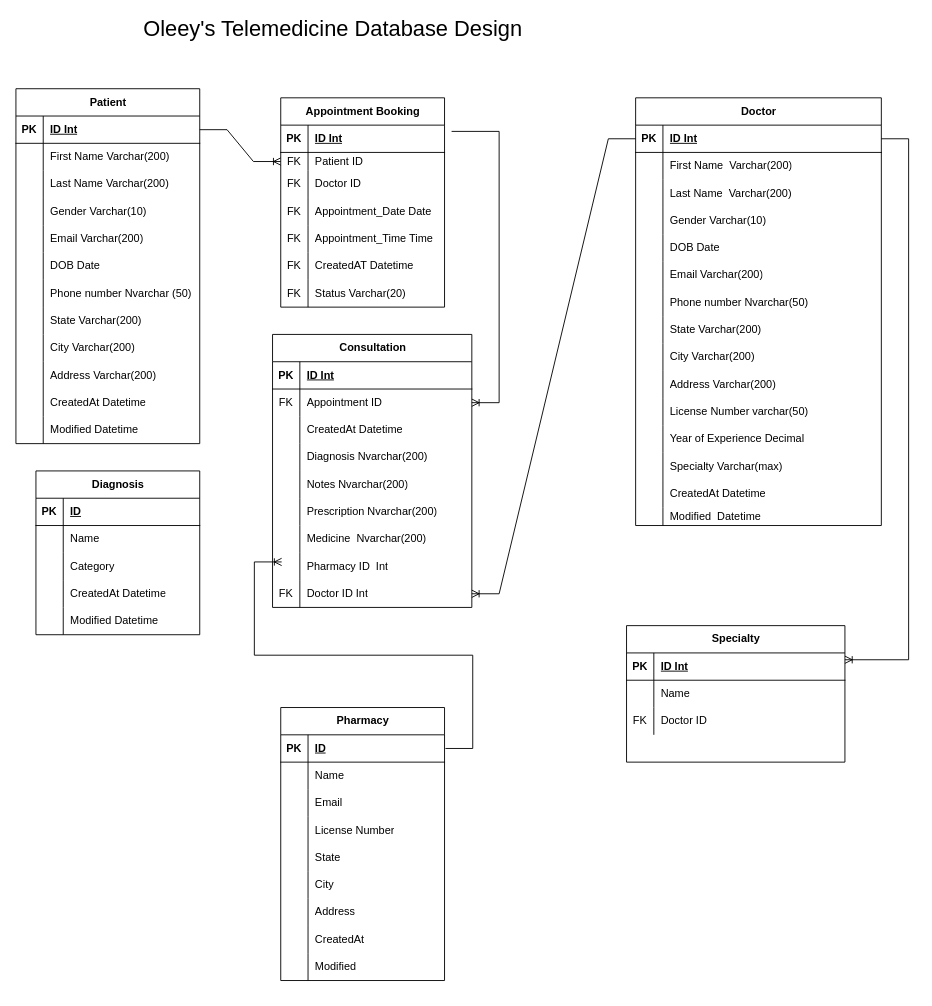
The draw.io diagram Telemedicine Db.drawio in Mzbeth02/Db_Design, before the edit. Source tidied: cells renumbered, new cells numbered last; positions are measured from the earlier drawing's top-left corner, leaving out a move shared by most shapes. Both pictures are drawn from the tidied source at 91%, with x=0, y=0 at pixel (15, 15).
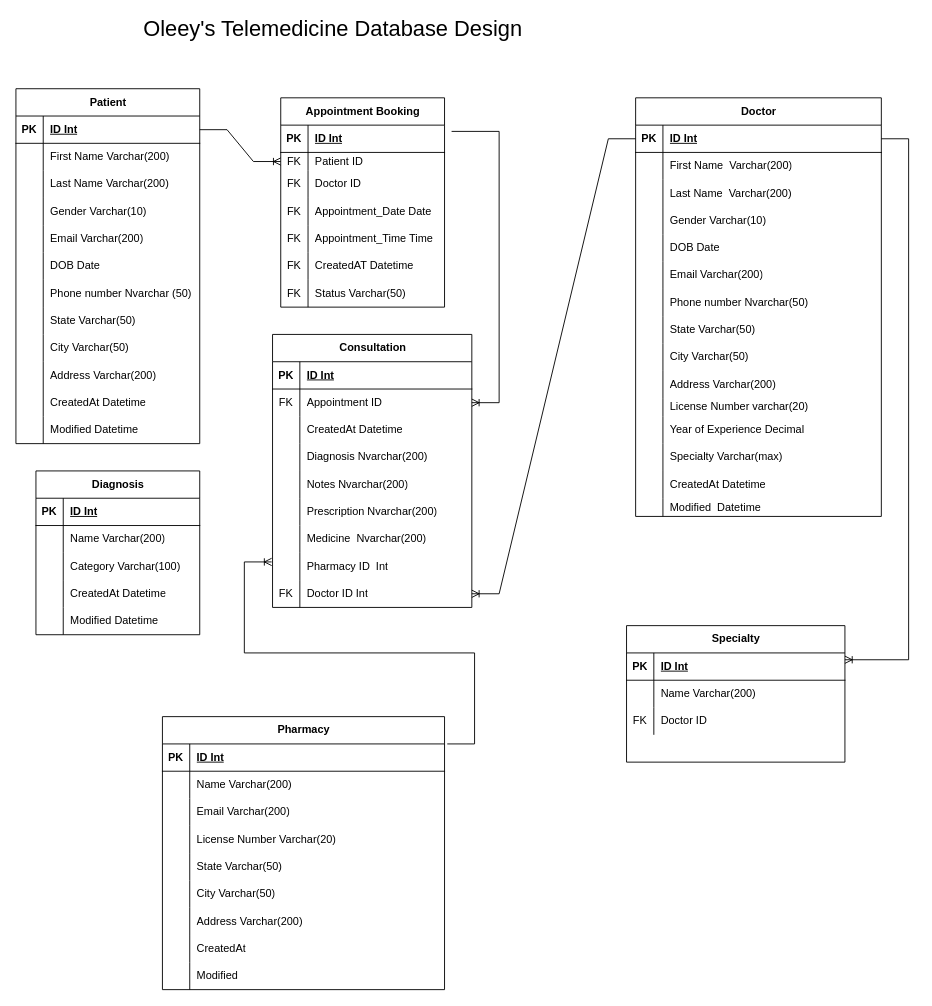
The same page after the edit.

Unchanged cells that the change refers to:
```xml
<mxCell id="24" style="shape=tableRow;horizontal=0;startSize=0;swimlaneHead=0;swimlaneBody=0;fillColor=none;top=0;left=0;right=0;bottom=0;" parent="2" vertex="1">
  <mxGeometry y="240" width="270" height="30" as="geometry" />
</mxCell>
<mxCell id="27" style="shape=tableRow;horizontal=0;startSize=0;swimlaneHead=0;swimlaneBody=0;fillColor=none;top=0;left=0;right=0;bottom=0;" parent="2" vertex="1">
  <mxGeometry y="270" width="270" height="30" as="geometry" />
</mxCell>
<mxCell id="68" style="shape=tableRow;horizontal=0;startSize=0;swimlaneHead=0;swimlaneBody=0;fillColor=none;top=0;left=0;right=0;bottom=0;" parent="49" vertex="1">
  <mxGeometry y="200" width="180" height="30" as="geometry" />
</mxCell>
<mxCell id="93" style="shape=tableRow;horizontal=0;startSize=0;swimlaneHead=0;swimlaneBody=0;fillColor=none;top=0;left=0;right=0;bottom=0;" parent="71" vertex="1">
  <mxGeometry y="240" width="202" height="30" as="geometry" />
</mxCell>
<mxCell id="96" style="shape=tableRow;horizontal=0;startSize=0;swimlaneHead=0;swimlaneBody=0;fillColor=none;top=0;left=0;right=0;bottom=0;" parent="71" vertex="1">
  <mxGeometry y="270" width="202" height="30" as="geometry" />
</mxCell>
<mxCell id="109" style="shape=tableRow;horizontal=0;startSize=0;swimlaneHead=0;swimlaneBody=0;fillColor=none;top=0;left=0;right=0;bottom=1;" parent="108" vertex="1">
  <mxGeometry y="30" width="180" height="30" as="geometry" />
</mxCell>
<mxCell id="112" style="shape=tableRow;horizontal=0;startSize=0;swimlaneHead=0;swimlaneBody=0;fillColor=none;top=0;left=0;right=0;bottom=0;" parent="108" vertex="1">
  <mxGeometry y="60" width="180" height="30" as="geometry" />
</mxCell>
<mxCell id="115" style="shape=tableRow;horizontal=0;startSize=0;swimlaneHead=0;swimlaneBody=0;fillColor=none;top=0;left=0;right=0;bottom=0;" parent="108" vertex="1">
  <mxGeometry y="90" width="180" height="30" as="geometry" />
</mxCell>
<mxCell id="128" style="shape=tableRow;horizontal=0;startSize=0;swimlaneHead=0;swimlaneBody=0;fillColor=none;top=0;left=0;right=0;bottom=0;" parent="124" vertex="1">
  <mxGeometry y="60" width="240" height="30" as="geometry" />
</mxCell>
```

The edit, as a diff of the source:
```diff
@@
     <mxCell id="2" value="Doctor" style="shape=table;startSize=30;childLayout=tableLayout;rowLines=0;fontStyle=1;align=center;html=1;" parent="1" vertex="1">
-      <mxGeometry x="681" y="90" width="270" height="470" as="geometry" />
+      <mxGeometry x="681" y="90" width="270" height="460" as="geometry" />
     </mxCell>
@@
-    <mxCell id="26" value="State Varchar(200)" style="shape=partialRectangle;fillColor=none;top=0;left=0;bottom=0;right=0;align=left;spacingLeft=6;overflow=hidden;whiteSpace=wrap;html=1;" parent="24" vertex="1">
+    <mxCell id="26" value="State Varchar(50)" style="shape=partialRectangle;fillColor=none;top=0;left=0;bottom=0;right=0;align=left;spacingLeft=6;overflow=hidden;whiteSpace=wrap;html=1;" parent="24" vertex="1">
       <mxGeometry x="30" width="240" height="30" as="geometry" />
     </mxCell>
@@
-    <mxCell id="29" value="City Varchar(200)" style="shape=partialRectangle;fillColor=none;top=0;left=0;bottom=0;right=0;align=left;spacingLeft=6;overflow=hidden;whiteSpace=wrap;html=1;" parent="27" vertex="1">
+    <mxCell id="29" value="City Varchar(50)" style="shape=partialRectangle;fillColor=none;top=0;left=0;bottom=0;right=0;align=left;spacingLeft=6;overflow=hidden;whiteSpace=wrap;html=1;" parent="27" vertex="1">
       <mxGeometry x="30" width="240" height="30" as="geometry" />
     </mxCell>
@@
     <mxCell id="33" style="shape=tableRow;horizontal=0;startSize=0;swimlaneHead=0;swimlaneBody=0;fillColor=none;top=0;left=0;right=0;bottom=0;" parent="2" vertex="1">
-      <mxGeometry y="330" width="270" height="30" as="geometry" />
+      <mxGeometry y="330" width="270" height="20" as="geometry" />
     </mxCell>
     <mxCell id="34" style="shape=partialRectangle;fillColor=none;top=0;left=0;bottom=0;right=0;overflow=hidden;whiteSpace=wrap;html=1;" parent="33" vertex="1">
-      <mxGeometry width="30" height="30" as="geometry" />
+      <mxGeometry width="30" height="20" as="geometry" />
     </mxCell>
-    <mxCell id="35" value="License Number varchar(50)" style="shape=partialRectangle;fillColor=none;top=0;left=0;bottom=0;right=0;align=left;spacingLeft=6;overflow=hidden;whiteSpace=wrap;html=1;" parent="33" vertex="1">
-      <mxGeometry x="30" width="240" height="30" as="geometry" />
+    <mxCell id="35" value="License Number varchar(20)" style="shape=partialRectangle;fillColor=none;top=0;left=0;bottom=0;right=0;align=left;spacingLeft=6;overflow=hidden;whiteSpace=wrap;html=1;" parent="33" vertex="1">
+      <mxGeometry x="30" width="240" height="20" as="geometry" />
     </mxCell>
     <mxCell id="36" style="shape=tableRow;horizontal=0;startSize=0;swimlaneHead=0;swimlaneBody=0;fillColor=none;top=0;left=0;right=0;bottom=0;" parent="2" vertex="1">
-      <mxGeometry y="360" width="270" height="30" as="geometry" />
+      <mxGeometry y="350" width="270" height="30" as="geometry" />
     </mxCell>
@@
     <mxCell id="39" style="shape=tableRow;horizontal=0;startSize=0;swimlaneHead=0;swimlaneBody=0;fillColor=none;top=0;left=0;right=0;bottom=0;" parent="2" vertex="1">
-      <mxGeometry y="390" width="270" height="30" as="geometry" />
+      <mxGeometry y="380" width="270" height="30" as="geometry" />
     </mxCell>
@@
     <mxCell id="42" style="shape=tableRow;horizontal=0;startSize=0;swimlaneHead=0;swimlaneBody=0;fillColor=none;top=0;left=0;right=0;bottom=0;" parent="2" vertex="1">
-      <mxGeometry y="420" width="270" height="30" as="geometry" />
+      <mxGeometry y="410" width="270" height="30" as="geometry" />
     </mxCell>
@@
     <mxCell id="45" style="shape=tableRow;horizontal=0;startSize=0;swimlaneHead=0;swimlaneBody=0;fillColor=none;top=0;left=0;right=0;bottom=0;" parent="2" vertex="1">
-      <mxGeometry y="450" width="270" height="20" as="geometry" />
+      <mxGeometry y="440" width="270" height="20" as="geometry" />
     </mxCell>
@@
-    <mxCell id="70" value="Status Varchar(20)" style="shape=partialRectangle;fillColor=none;top=0;left=0;bottom=0;right=0;align=left;spacingLeft=6;overflow=hidden;whiteSpace=wrap;html=1;" parent="68" vertex="1">
+    <mxCell id="70" value="Status Varchar(50)" style="shape=partialRectangle;fillColor=none;top=0;left=0;bottom=0;right=0;align=left;spacingLeft=6;overflow=hidden;whiteSpace=wrap;html=1;" parent="68" vertex="1">
       <mxGeometry x="30" width="150" height="30" as="geometry" />
     </mxCell>
@@
-    <mxCell id="95" value="State Varchar(200)" style="shape=partialRectangle;fillColor=none;top=0;left=0;bottom=0;right=0;align=left;spacingLeft=6;overflow=hidden;whiteSpace=wrap;html=1;" parent="93" vertex="1">
+    <mxCell id="95" value="State Varchar(50)" style="shape=partialRectangle;fillColor=none;top=0;left=0;bottom=0;right=0;align=left;spacingLeft=6;overflow=hidden;whiteSpace=wrap;html=1;" parent="93" vertex="1">
       <mxGeometry x="30" width="172" height="30" as="geometry" />
     </mxCell>
@@
-    <mxCell id="98" value="City Varchar(200)" style="shape=partialRectangle;fillColor=none;top=0;left=0;bottom=0;right=0;align=left;spacingLeft=6;overflow=hidden;whiteSpace=wrap;html=1;" parent="96" vertex="1">
+    <mxCell id="98" value="City Varchar(50)" style="shape=partialRectangle;fillColor=none;top=0;left=0;bottom=0;right=0;align=left;spacingLeft=6;overflow=hidden;whiteSpace=wrap;html=1;" parent="96" vertex="1">
       <mxGeometry x="30" width="172" height="30" as="geometry" />
     </mxCell>
@@
-    <mxCell id="111" value="ID" style="shape=partialRectangle;fillColor=none;top=0;left=0;bottom=0;right=0;align=left;spacingLeft=6;fontStyle=5;overflow=hidden;whiteSpace=wrap;html=1;" parent="109" vertex="1">
+    <mxCell id="111" value="ID Int" style="shape=partialRectangle;fillColor=none;top=0;left=0;bottom=0;right=0;align=left;spacingLeft=6;fontStyle=5;overflow=hidden;whiteSpace=wrap;html=1;" parent="109" vertex="1">
       <mxGeometry x="30" width="150" height="30" as="geometry" />
     </mxCell>
@@
-    <mxCell id="114" value="Name" style="shape=partialRectangle;fillColor=none;top=0;left=0;bottom=0;right=0;align=left;spacingLeft=6;overflow=hidden;whiteSpace=wrap;html=1;" parent="112" vertex="1">
+    <mxCell id="114" value="Name Varchar(200)" style="shape=partialRectangle;fillColor=none;top=0;left=0;bottom=0;right=0;align=left;spacingLeft=6;overflow=hidden;whiteSpace=wrap;html=1;" parent="112" vertex="1">
       <mxGeometry x="30" width="150" height="30" as="geometry" />
     </mxCell>
@@
-    <mxCell id="117" value="Category" style="shape=partialRectangle;fillColor=none;top=0;left=0;bottom=0;right=0;align=left;spacingLeft=6;overflow=hidden;whiteSpace=wrap;html=1;" parent="115" vertex="1">
+    <mxCell id="117" value="Category Varchar(100)" style="shape=partialRectangle;fillColor=none;top=0;left=0;bottom=0;right=0;align=left;spacingLeft=6;overflow=hidden;whiteSpace=wrap;html=1;" parent="115" vertex="1">
       <mxGeometry x="30" width="150" height="30" as="geometry" />
     </mxCell>
@@
-    <mxCell id="130" value="Name" style="shape=partialRectangle;fillColor=none;top=0;left=0;bottom=0;right=0;align=left;spacingLeft=6;overflow=hidden;whiteSpace=wrap;html=1;" parent="128" vertex="1">
+    <mxCell id="130" value="Name Varchar(200)" style="shape=partialRectangle;fillColor=none;top=0;left=0;bottom=0;right=0;align=left;spacingLeft=6;overflow=hidden;whiteSpace=wrap;html=1;" parent="128" vertex="1">
       <mxGeometry x="30" width="210" height="30" as="geometry" />
     </mxCell>
@@
     <mxCell id="166" value="Pharmacy" style="shape=table;startSize=30;childLayout=tableLayout;rowLines=0;fontStyle=1;align=center;html=1;" parent="1" vertex="1">
-      <mxGeometry x="291" y="760" width="180" height="300" as="geometry" />
+      <mxGeometry x="161" y="770" width="310" height="300" as="geometry" />
     </mxCell>
     <mxCell id="167" style="shape=tableRow;horizontal=0;startSize=0;swimlaneHead=0;swimlaneBody=0;fillColor=none;top=0;left=0;right=0;bottom=1;" parent="166" vertex="1">
-      <mxGeometry y="30" width="180" height="30" as="geometry" />
+      <mxGeometry y="30" width="310" height="30" as="geometry" />
     </mxCell>
@@
-    <mxCell id="169" value="ID" style="shape=partialRectangle;fillColor=none;top=0;left=0;bottom=0;right=0;align=left;spacingLeft=6;fontStyle=5;overflow=hidden;whiteSpace=wrap;html=1;" parent="167" vertex="1">
-      <mxGeometry x="30" width="150" height="30" as="geometry" />
+    <mxCell id="169" value="ID Int" style="shape=partialRectangle;fillColor=none;top=0;left=0;bottom=0;right=0;align=left;spacingLeft=6;fontStyle=5;overflow=hidden;whiteSpace=wrap;html=1;" parent="167" vertex="1">
+      <mxGeometry x="30" width="280" height="30" as="geometry" />
     </mxCell>
     <mxCell id="170" style="shape=tableRow;horizontal=0;startSize=0;swimlaneHead=0;swimlaneBody=0;fillColor=none;top=0;left=0;right=0;bottom=0;" parent="166" vertex="1">
-      <mxGeometry y="60" width="180" height="30" as="geometry" />
+      <mxGeometry y="60" width="310" height="30" as="geometry" />
     </mxCell>
@@
-    <mxCell id="172" value="Name" style="shape=partialRectangle;fillColor=none;top=0;left=0;bottom=0;right=0;align=left;spacingLeft=6;overflow=hidden;whiteSpace=wrap;html=1;" parent="170" vertex="1">
-      <mxGeometry x="30" width="150" height="30" as="geometry" />
+    <mxCell id="172" value="Name Varchar(200)" style="shape=partialRectangle;fillColor=none;top=0;left=0;bottom=0;right=0;align=left;spacingLeft=6;overflow=hidden;whiteSpace=wrap;html=1;" parent="170" vertex="1">
+      <mxGeometry x="30" width="280" height="30" as="geometry" />
     </mxCell>
     <mxCell id="173" style="shape=tableRow;horizontal=0;startSize=0;swimlaneHead=0;swimlaneBody=0;fillColor=none;top=0;left=0;right=0;bottom=0;" parent="166" vertex="1">
-      <mxGeometry y="90" width="180" height="30" as="geometry" />
+      <mxGeometry y="90" width="310" height="30" as="geometry" />
     </mxCell>
@@
-    <mxCell id="175" value="Email" style="shape=partialRectangle;fillColor=none;top=0;left=0;bottom=0;right=0;align=left;spacingLeft=6;overflow=hidden;whiteSpace=wrap;html=1;" parent="173" vertex="1">
-      <mxGeometry x="30" width="150" height="30" as="geometry" />
+    <mxCell id="175" value="Email Varchar(200)" style="shape=partialRectangle;fillColor=none;top=0;left=0;bottom=0;right=0;align=left;spacingLeft=6;overflow=hidden;whiteSpace=wrap;html=1;" parent="173" vertex="1">
+      <mxGeometry x="30" width="280" height="30" as="geometry" />
     </mxCell>
     <mxCell id="176" style="shape=tableRow;horizontal=0;startSize=0;swimlaneHead=0;swimlaneBody=0;fillColor=none;top=0;left=0;right=0;bottom=0;" parent="166" vertex="1">
-      <mxGeometry y="120" width="180" height="30" as="geometry" />
+      <mxGeometry y="120" width="310" height="30" as="geometry" />
     </mxCell>
@@
-    <mxCell id="178" value="License Number" style="shape=partialRectangle;fillColor=none;top=0;left=0;bottom=0;right=0;align=left;spacingLeft=6;overflow=hidden;whiteSpace=wrap;html=1;" parent="176" vertex="1">
-      <mxGeometry x="30" width="150" height="30" as="geometry" />
+    <mxCell id="178" value="License Number Varchar(20)" style="shape=partialRectangle;fillColor=none;top=0;left=0;bottom=0;right=0;align=left;spacingLeft=6;overflow=hidden;whiteSpace=wrap;html=1;" parent="176" vertex="1">
+      <mxGeometry x="30" width="280" height="30" as="geometry" />
     </mxCell>
     <mxCell id="179" style="shape=tableRow;horizontal=0;startSize=0;swimlaneHead=0;swimlaneBody=0;fillColor=none;top=0;left=0;right=0;bottom=0;" parent="166" vertex="1">
-      <mxGeometry y="150" width="180" height="30" as="geometry" />
+      <mxGeometry y="150" width="310" height="30" as="geometry" />
     </mxCell>
@@
-    <mxCell id="181" value="State" style="shape=partialRectangle;fillColor=none;top=0;left=0;bottom=0;right=0;align=left;spacingLeft=6;overflow=hidden;whiteSpace=wrap;html=1;" parent="179" vertex="1">
-      <mxGeometry x="30" width="150" height="30" as="geometry" />
+    <mxCell id="181" value="State Varchar(50)" style="shape=partialRectangle;fillColor=none;top=0;left=0;bottom=0;right=0;align=left;spacingLeft=6;overflow=hidden;whiteSpace=wrap;html=1;" parent="179" vertex="1">
+      <mxGeometry x="30" width="280" height="30" as="geometry" />
     </mxCell>
     <mxCell id="182" style="shape=tableRow;horizontal=0;startSize=0;swimlaneHead=0;swimlaneBody=0;fillColor=none;top=0;left=0;right=0;bottom=0;" parent="166" vertex="1">
-      <mxGeometry y="180" width="180" height="30" as="geometry" />
+      <mxGeometry y="180" width="310" height="30" as="geometry" />
     </mxCell>
@@
-    <mxCell id="184" value="City" style="shape=partialRectangle;fillColor=none;top=0;left=0;bottom=0;right=0;align=left;spacingLeft=6;overflow=hidden;whiteSpace=wrap;html=1;" parent="182" vertex="1">
-      <mxGeometry x="30" width="150" height="30" as="geometry" />
+    <mxCell id="184" value="City Varchar(50)" style="shape=partialRectangle;fillColor=none;top=0;left=0;bottom=0;right=0;align=left;spacingLeft=6;overflow=hidden;whiteSpace=wrap;html=1;" parent="182" vertex="1">
+      <mxGeometry x="30" width="280" height="30" as="geometry" />
     </mxCell>
     <mxCell id="185" style="shape=tableRow;horizontal=0;startSize=0;swimlaneHead=0;swimlaneBody=0;fillColor=none;top=0;left=0;right=0;bottom=0;" parent="166" vertex="1">
-      <mxGeometry y="210" width="180" height="30" as="geometry" />
+      <mxGeometry y="210" width="310" height="30" as="geometry" />
     </mxCell>
@@
-    <mxCell id="187" value="Address" style="shape=partialRectangle;fillColor=none;top=0;left=0;bottom=0;right=0;align=left;spacingLeft=6;overflow=hidden;whiteSpace=wrap;html=1;" parent="185" vertex="1">
-      <mxGeometry x="30" width="150" height="30" as="geometry" />
+    <mxCell id="187" value="Address Varchar(200)" style="shape=partialRectangle;fillColor=none;top=0;left=0;bottom=0;right=0;align=left;spacingLeft=6;overflow=hidden;whiteSpace=wrap;html=1;" parent="185" vertex="1">
+      <mxGeometry x="30" width="280" height="30" as="geometry" />
     </mxCell>
     <mxCell id="188" style="shape=tableRow;horizontal=0;startSize=0;swimlaneHead=0;swimlaneBody=0;fillColor=none;top=0;left=0;right=0;bottom=0;" parent="166" vertex="1">
-      <mxGeometry y="240" width="180" height="30" as="geometry" />
+      <mxGeometry y="240" width="310" height="30" as="geometry" />
     </mxCell>
@@
     <mxCell id="190" value="CreatedAt" style="shape=partialRectangle;fillColor=none;top=0;left=0;bottom=0;right=0;align=left;spacingLeft=6;overflow=hidden;whiteSpace=wrap;html=1;" parent="188" vertex="1">
-      <mxGeometry x="30" width="150" height="30" as="geometry" />
+      <mxGeometry x="30" width="280" height="30" as="geometry" />
     </mxCell>
     <mxCell id="191" style="shape=tableRow;horizontal=0;startSize=0;swimlaneHead=0;swimlaneBody=0;fillColor=none;top=0;left=0;right=0;bottom=0;" parent="166" vertex="1">
-      <mxGeometry y="270" width="180" height="30" as="geometry" />
+      <mxGeometry y="270" width="310" height="30" as="geometry" />
     </mxCell>
@@
     <mxCell id="193" value="Modified" style="shape=partialRectangle;fillColor=none;top=0;left=0;bottom=0;right=0;align=left;spacingLeft=6;overflow=hidden;whiteSpace=wrap;html=1;" parent="191" vertex="1">
-      <mxGeometry x="30" width="150" height="30" as="geometry" />
+      <mxGeometry x="30" width="280" height="30" as="geometry" />
     </mxCell>
     <mxCell id="194" style="edgeStyle=entityRelationEdgeStyle;fontSize=12;html=1;endArrow=ERoneToMany;rounded=0;" parent="1" edge="1">
       <mxGeometry relative="1" as="geometry">
-        <mxPoint x="472" y="805" as="sourcePoint" />
-        <mxPoint x="292" y="600" as="targetPoint" />
+        <mxPoint x="474" y="800" as="sourcePoint" />
+        <mxPoint x="281" y="600" as="targetPoint" />
         <Array as="points">
-          <mxPoint x="102" y="600" />
-          <mxPoint x="112" y="640" />
+          <mxPoint x="91" y="600" />
+          <mxPoint x="101" y="640" />
         </Array>
       </mxGeometry>
     </mxCell>
```
